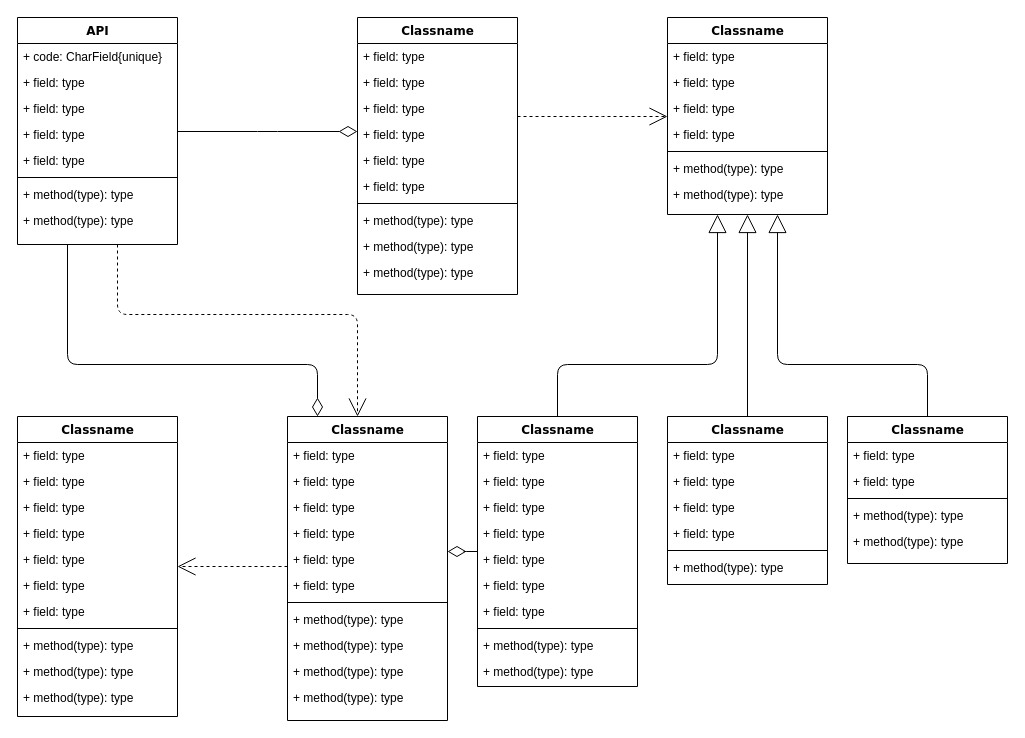
bdizon/listening-room keeps this draw.io diagram as relational_schema.drawio. Above is the earlier version. Source tidied: cells renumbered, new cells numbered last; positions are measured from the earlier drawing's top-left corner, leaving out a move shared by most shapes. Both pictures are drawn from the tidied source at 100%, with x=0, y=0 at pixel (17, 17).
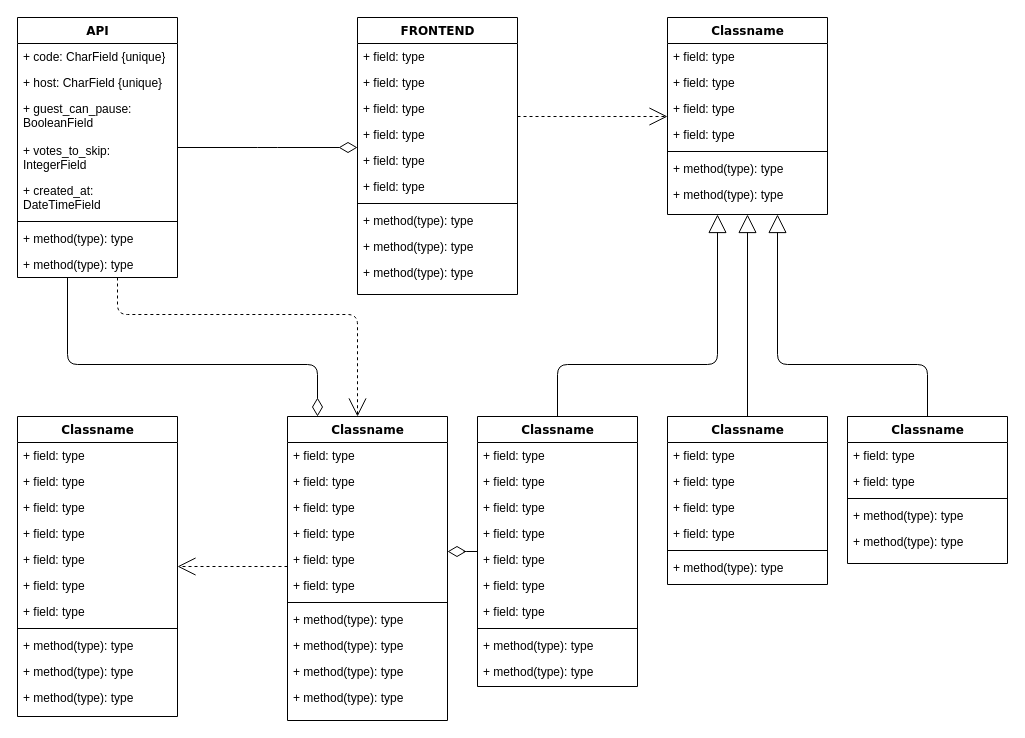
After the change.

Change to the diagram source:
```diff
@@
     <mxCell id="4" value="API" style="swimlane;html=1;fontStyle=1;align=center;verticalAlign=top;horizontal=1;startSize=26;swimlaneFillColor=#ffffff;rounded=0;shadow=0;comic=0;labelBackgroundColor=none;strokeWidth=1;fillColor=none;fontFamily=Verdana;fontSize=12;" parent="1" vertex="1">
-      <mxGeometry width="160" height="227" as="geometry" />
+      <mxGeometry width="160" height="260" as="geometry" />
     </mxCell>
-    <mxCell id="5" value="+ code: CharField{unique}" style="text;html=1;strokeColor=none;fillColor=none;align=left;verticalAlign=top;spacingLeft=4;spacingRight=4;whiteSpace=wrap;overflow=hidden;" parent="4" vertex="1">
+    <mxCell id="5" value="+ code: CharField {unique}" style="text;html=1;strokeColor=none;fillColor=none;align=left;verticalAlign=top;spacingLeft=4;spacingRight=4;whiteSpace=wrap;overflow=hidden;" parent="4" vertex="1">
       <mxGeometry y="26" width="160" height="26" as="geometry" />
     </mxCell>
-    <mxCell id="6" value="+ field: type" style="text;html=1;strokeColor=none;fillColor=none;align=left;verticalAlign=top;spacingLeft=4;spacingRight=4;whiteSpace=wrap;overflow=hidden;" parent="4" vertex="1">
+    <mxCell id="6" value="+ host: CharField {unique}" style="text;html=1;strokeColor=none;fillColor=none;align=left;verticalAlign=top;spacingLeft=4;spacingRight=4;whiteSpace=wrap;overflow=hidden;" parent="4" vertex="1">
       <mxGeometry y="52" width="160" height="26" as="geometry" />
     </mxCell>
-    <mxCell id="7" value="+ field: type" style="text;html=1;strokeColor=none;fillColor=none;align=left;verticalAlign=top;spacingLeft=4;spacingRight=4;whiteSpace=wrap;overflow=hidden;" parent="4" vertex="1">
-      <mxGeometry y="78" width="160" height="26" as="geometry" />
+    <mxCell id="7" value="+ guest_can_pause: BooleanField" style="text;html=1;strokeColor=none;fillColor=none;align=left;verticalAlign=top;spacingLeft=4;spacingRight=4;whiteSpace=wrap;overflow=hidden;" parent="4" vertex="1">
+      <mxGeometry y="78" width="160" height="42" as="geometry" />
     </mxCell>
-    <mxCell id="8" value="+ field: type" style="text;html=1;strokeColor=none;fillColor=none;align=left;verticalAlign=top;spacingLeft=4;spacingRight=4;whiteSpace=wrap;overflow=hidden;" parent="4" vertex="1">
-      <mxGeometry y="104" width="160" height="26" as="geometry" />
+    <mxCell id="8" value="+ votes_to_skip: IntegerField" style="text;html=1;strokeColor=none;fillColor=none;align=left;verticalAlign=top;spacingLeft=4;spacingRight=4;whiteSpace=wrap;overflow=hidden;" parent="4" vertex="1">
+      <mxGeometry y="120" width="160" height="40" as="geometry" />
     </mxCell>
-    <mxCell id="9" value="+ field: type" style="text;html=1;strokeColor=none;fillColor=none;align=left;verticalAlign=top;spacingLeft=4;spacingRight=4;whiteSpace=wrap;overflow=hidden;" parent="4" vertex="1">
-      <mxGeometry y="130" width="160" height="26" as="geometry" />
+    <mxCell id="9" value="+ created_at: DateTimeField" style="text;html=1;strokeColor=none;fillColor=none;align=left;verticalAlign=top;spacingLeft=4;spacingRight=4;whiteSpace=wrap;overflow=hidden;" parent="4" vertex="1">
+      <mxGeometry y="160" width="160" height="40" as="geometry" />
     </mxCell>
     <mxCell id="10" style="line;html=1;strokeWidth=1;fillColor=none;align=left;verticalAlign=middle;spacingTop=-1;spacingLeft=3;spacingRight=3;labelPosition=right;" parent="4" vertex="1">
-      <mxGeometry y="156" width="160" height="8" as="geometry" />
+      <mxGeometry y="200" width="160" height="8" as="geometry" />
     </mxCell>
     <mxCell id="11" value="+ method(type): type" style="text;html=1;strokeColor=none;fillColor=none;align=left;verticalAlign=top;spacingLeft=4;spacingRight=4;whiteSpace=wrap;overflow=hidden;" parent="4" vertex="1">
-      <mxGeometry y="164" width="160" height="26" as="geometry" />
+      <mxGeometry y="208" width="160" height="26" as="geometry" />
     </mxCell>
     <mxCell id="12" value="+ method(type): type" style="text;html=1;strokeColor=none;fillColor=none;align=left;verticalAlign=top;spacingLeft=4;spacingRight=4;whiteSpace=wrap;overflow=hidden;" parent="4" vertex="1">
-      <mxGeometry y="190" width="160" height="26" as="geometry" />
+      <mxGeometry y="234" width="160" height="26" as="geometry" />
     </mxCell>
@@
-    <mxCell id="14" value="Classname" style="swimlane;html=1;fontStyle=1;align=center;verticalAlign=top;horizontal=1;startSize=26;swimlaneFillColor=#ffffff;rounded=0;shadow=0;comic=0;labelBackgroundColor=none;strokeWidth=1;fillColor=none;fontFamily=Verdana;fontSize=12;" parent="1" vertex="1">
+    <mxCell id="14" value="FRONTEND" style="swimlane;html=1;fontStyle=1;align=center;verticalAlign=top;horizontal=1;startSize=26;swimlaneFillColor=#ffffff;rounded=0;shadow=0;comic=0;labelBackgroundColor=none;strokeWidth=1;fillColor=none;fontFamily=Verdana;fontSize=12;" parent="1" vertex="1">
       <mxGeometry x="340" width="160" height="277" as="geometry" />
     </mxCell>
```
